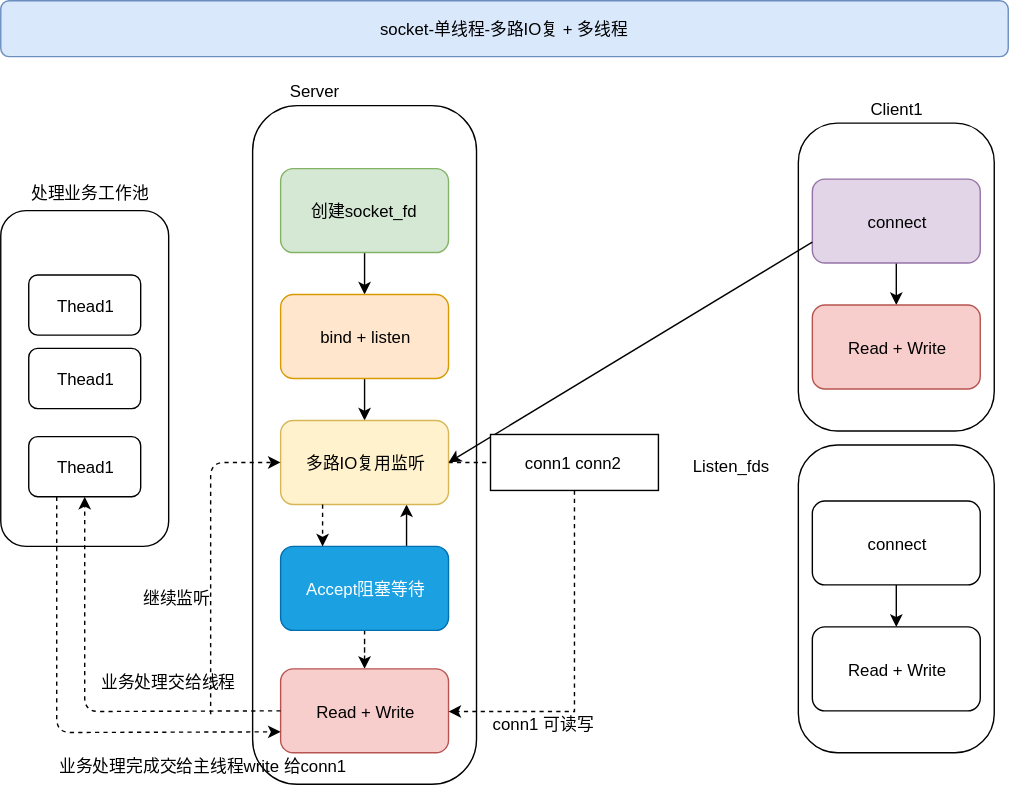
The draw.io diagram 12-面试/12-通用理论/images/socket-单线程IO多路 + 多线程IO多路复用.svg in cd-home/Root, before a commit. Source tidied: cells renumbered, new cells last; positions are measured from the earlier drawing's top-left corner, leaving out a move shared by most shapes. The source it was exported from:
```xml
<mxGraphModel>
  <root>
    <mxCell id="0" />
    <mxCell id="1" parent="0" />
    <mxCell id="2" value="socket-单线程-多路IO复 + 多线程" style="rounded=1;whiteSpace=wrap;html=1;fillColor=#dae8fc;strokeColor=#6c8ebf;" parent="1" vertex="1">
      <mxGeometry width="720" height="40" as="geometry" />
    </mxCell>
    <mxCell id="3" style="rounded=1;whiteSpace=wrap;html=1;arcSize=20;" parent="1" vertex="1">
      <mxGeometry x="180" y="75" width="160" height="485" as="geometry" />
    </mxCell>
    <mxCell id="4" style="edgeStyle=orthogonalEdgeStyle;rounded=0;jettySize=auto;html=1;" parent="1" edge="1" source="5" target="7">
      <mxGeometry relative="1" as="geometry" />
    </mxCell>
    <mxCell id="5" value="创建socket_fd" style="rounded=1;whiteSpace=wrap;html=1;fillColor=#d5e8d4;strokeColor=#82b366;" parent="1" vertex="1">
      <mxGeometry x="200" y="120" width="120" height="60" as="geometry" />
    </mxCell>
    <mxCell id="6" style="edgeStyle=orthogonalEdgeStyle;rounded=0;jettySize=auto;html=1;" parent="1" edge="1" source="7" target="10">
      <mxGeometry relative="1" as="geometry" />
    </mxCell>
    <mxCell id="7" value="bind + listen" style="rounded=1;whiteSpace=wrap;html=1;fillColor=#ffe6cc;strokeColor=#d79b00;" parent="1" vertex="1">
      <mxGeometry x="200" y="210" width="120" height="60" as="geometry" />
    </mxCell>
    <mxCell id="8" style="edgeStyle=orthogonalEdgeStyle;rounded=0;jettySize=auto;html=1;startArrow=classic;startFill=1;endArrow=none;endFill=0;entryX=0.75;entryY=0;entryDx=0;entryDy=0;" parent="1" edge="1" source="10" target="12">
      <mxGeometry relative="1" as="geometry">
        <Array as="points">
          <mxPoint x="290" y="360" />
          <mxPoint x="290" y="360" />
        </Array>
      </mxGeometry>
    </mxCell>
    <mxCell id="9" style="edgeStyle=orthogonalEdgeStyle;rounded=0;jettySize=auto;html=1;dashed=1;" parent="1" edge="1" source="10">
      <mxGeometry relative="1" as="geometry">
        <mxPoint x="380" y="330" as="targetPoint" />
      </mxGeometry>
    </mxCell>
    <mxCell id="10" value="多路IO复用监听" style="rounded=1;whiteSpace=wrap;html=1;fillColor=#fff2cc;strokeColor=#d6b656;" parent="1" vertex="1">
      <mxGeometry x="200" y="300" width="120" height="60" as="geometry" />
    </mxCell>
    <mxCell id="11" style="edgeStyle=orthogonalEdgeStyle;rounded=0;jettySize=auto;html=1;dashed=1;" parent="1" edge="1" source="12" target="13">
      <mxGeometry relative="1" as="geometry" />
    </mxCell>
    <mxCell id="12" value="Accept阻塞等待" style="rounded=1;whiteSpace=wrap;html=1;fillColor=#1ba1e2;strokeColor=#006EAF;fontColor=#ffffff;" parent="1" vertex="1">
      <mxGeometry x="200" y="390" width="120" height="60" as="geometry" />
    </mxCell>
    <mxCell id="13" value="Read + Write" style="rounded=1;whiteSpace=wrap;html=1;fillColor=#f8cecc;strokeColor=#b85450;" parent="1" vertex="1">
      <mxGeometry x="200" y="477.5" width="120" height="60" as="geometry" />
    </mxCell>
    <mxCell id="14" style="rounded=1;whiteSpace=wrap;html=1;arcSize=20;" parent="1" vertex="1">
      <mxGeometry x="570" y="87.5" width="140" height="220" as="geometry" />
    </mxCell>
    <mxCell id="15" style="edgeStyle=orthogonalEdgeStyle;rounded=0;jettySize=auto;html=1;" parent="1" edge="1" source="16" target="17">
      <mxGeometry relative="1" as="geometry" />
    </mxCell>
    <mxCell id="16" value="connect" style="rounded=1;whiteSpace=wrap;html=1;fillColor=#e1d5e7;strokeColor=#9673a6;" parent="1" vertex="1">
      <mxGeometry x="580" y="127.5" width="120" height="60" as="geometry" />
    </mxCell>
    <mxCell id="17" value="Read + Write" style="rounded=1;whiteSpace=wrap;html=1;fillColor=#f8cecc;strokeColor=#b85450;" parent="1" vertex="1">
      <mxGeometry x="580" y="217.5" width="120" height="60" as="geometry" />
    </mxCell>
    <mxCell id="18" style="rounded=1;whiteSpace=wrap;html=1;arcSize=20;" parent="1" vertex="1">
      <mxGeometry x="570" y="317.5" width="140" height="220" as="geometry" />
    </mxCell>
    <mxCell id="19" style="edgeStyle=orthogonalEdgeStyle;rounded=0;jettySize=auto;html=1;" parent="1" edge="1" source="20" target="21">
      <mxGeometry relative="1" as="geometry" />
    </mxCell>
    <mxCell id="20" value="connect" style="rounded=1;whiteSpace=wrap;html=1;" parent="1" vertex="1">
      <mxGeometry x="580" y="357.5" width="120" height="60" as="geometry" />
    </mxCell>
    <mxCell id="21" value="Read + Write" style="rounded=1;whiteSpace=wrap;html=1;" parent="1" vertex="1">
      <mxGeometry x="580" y="447.5" width="120" height="60" as="geometry" />
    </mxCell>
    <mxCell id="22" value="Server" style="text;html=1;align=left;verticalAlign=top;spacingTop=-4;" parent="1" vertex="1">
      <mxGeometry x="205" y="55" width="50" height="20" as="geometry" />
    </mxCell>
    <mxCell id="23" value="Client1" style="text;html=1;align=left;verticalAlign=top;spacingTop=-4;" parent="1" vertex="1">
      <mxGeometry x="620" y="67.5" width="50" height="20" as="geometry" />
    </mxCell>
    <mxCell id="24" style="endArrow=classic;html=1;exitX=0;exitY=0.75;exitDx=0;exitDy=0;entryX=1;entryY=0.5;entryDx=0;entryDy=0;" parent="1" edge="1" source="16" target="10">
      <mxGeometry relative="1" as="geometry" />
    </mxCell>
    <mxCell id="25" style="edgeStyle=orthogonalEdgeStyle;rounded=0;jettySize=auto;html=1;dashed=1;startArrow=none;startFill=0;endArrow=classic;endFill=1;entryX=1;entryY=0.5;entryDx=0;entryDy=0;" parent="1" edge="1" source="26" target="13">
      <mxGeometry relative="1" as="geometry">
        <Array as="points">
          <mxPoint x="410" y="508" />
        </Array>
      </mxGeometry>
    </mxCell>
    <mxCell id="26" value="conn1 conn2&amp;nbsp;" style="rounded=0;whiteSpace=wrap;html=1;" parent="1" vertex="1">
      <mxGeometry x="350" y="310" width="120" height="40" as="geometry" />
    </mxCell>
    <mxCell id="27" value="Listen_fds" style="text;html=1;align=left;verticalAlign=top;spacingTop=-4;" parent="1" vertex="1">
      <mxGeometry x="493" y="323" width="70" height="20" as="geometry" />
    </mxCell>
    <mxCell id="28" style="endArrow=classic;html=1;dashed=1;exitX=0.25;exitY=1;exitDx=0;exitDy=0;entryX=0.25;entryY=0;entryDx=0;entryDy=0;" parent="1" edge="1" source="10" target="12">
      <mxGeometry relative="1" as="geometry" />
    </mxCell>
    <mxCell id="29" style="rounded=1;whiteSpace=wrap;html=1;" parent="1" vertex="1">
      <mxGeometry y="150" width="120" height="240" as="geometry" />
    </mxCell>
    <mxCell id="30" value="Thead1" style="rounded=1;whiteSpace=wrap;html=1;" parent="1" vertex="1">
      <mxGeometry x="20" y="196" width="80" height="43" as="geometry" />
    </mxCell>
    <mxCell id="31" value="&lt;span style=&quot;white-space: normal&quot;&gt;Thead1&lt;/span&gt;" style="rounded=1;whiteSpace=wrap;html=1;" parent="1" vertex="1">
      <mxGeometry x="20" y="248.5" width="80" height="43" as="geometry" />
    </mxCell>
    <mxCell id="32" value="&lt;span style=&quot;white-space: normal&quot;&gt;Thead1&lt;/span&gt;" style="rounded=1;whiteSpace=wrap;html=1;" parent="1" vertex="1">
      <mxGeometry x="20" y="311.5" width="80" height="43" as="geometry" />
    </mxCell>
    <mxCell id="33" value="处理业务工作池" style="text;html=1;align=left;verticalAlign=top;spacingTop=-4;" parent="1" vertex="1">
      <mxGeometry x="20" y="127.5" width="100" height="20" as="geometry" />
    </mxCell>
    <mxCell id="34" value="conn1 可读写" style="text;html=1;align=left;verticalAlign=top;spacingTop=-4;" parent="1" vertex="1">
      <mxGeometry x="350" y="507.5" width="90" height="20" as="geometry" />
    </mxCell>
    <mxCell id="35" style="endArrow=classic;html=1;dashed=1;exitX=0;exitY=0.5;exitDx=0;exitDy=0;entryX=0.5;entryY=1;entryDx=0;entryDy=0;" parent="1" edge="1" source="13" target="32">
      <mxGeometry relative="1" as="geometry">
        <Array as="points">
          <mxPoint x="60" y="508" />
        </Array>
      </mxGeometry>
    </mxCell>
    <mxCell id="36" value="业务处理交给线程" style="text;html=1;align=left;verticalAlign=top;spacingTop=-4;" parent="1" vertex="1">
      <mxGeometry x="70" y="477.5" width="110" height="20" as="geometry" />
    </mxCell>
    <mxCell id="37" style="endArrow=classic;html=1;dashed=1;entryX=0;entryY=0.5;entryDx=0;entryDy=0;" parent="1" edge="1" target="10">
      <mxGeometry relative="1" as="geometry">
        <mxPoint x="150" y="510" as="sourcePoint" />
        <Array as="points">
          <mxPoint x="150" y="330" />
        </Array>
      </mxGeometry>
    </mxCell>
    <mxCell id="38" value="继续监听" style="text;html=1;align=left;verticalAlign=top;spacingTop=-4;" parent="1" vertex="1">
      <mxGeometry x="100" y="417.5" width="60" height="20" as="geometry" />
    </mxCell>
    <mxCell id="39" style="endArrow=classic;html=1;dashed=1;exitX=0.25;exitY=1;exitDx=0;exitDy=0;entryX=0;entryY=0.75;entryDx=0;entryDy=0;" parent="1" edge="1" source="32" target="13">
      <mxGeometry relative="1" as="geometry">
        <Array as="points">
          <mxPoint x="40" y="523" />
        </Array>
      </mxGeometry>
    </mxCell>
    <mxCell id="40" value="业务处理完成交给主线程write 给conn1" style="text;html=1;align=left;verticalAlign=top;spacingTop=-4;" parent="1" vertex="1">
      <mxGeometry x="40" y="537.5" width="220" height="20" as="geometry" />
    </mxCell>
  </root>
</mxGraphModel>
```
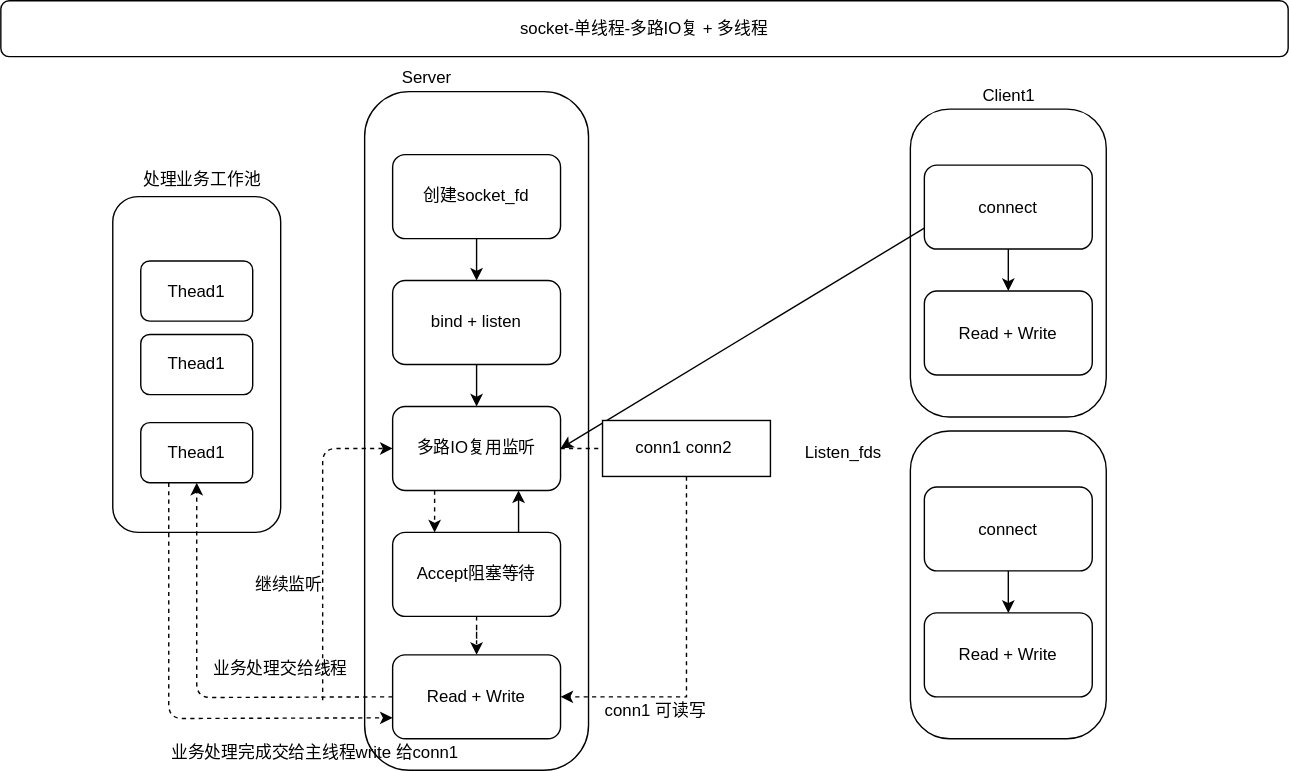
Later version of the same file.

Commit message:
😀🌴⭐🌎☀️🌈🌽: Socket Program

The edit, as a diff of the source:
```diff
@@ -2,8 +2,8 @@
   <root>
     <mxCell id="0" />
     <mxCell id="1" parent="0" />
-    <mxCell id="2" value="socket-单线程-多路IO复 + 多线程" style="rounded=1;whiteSpace=wrap;html=1;fillColor=#dae8fc;strokeColor=#6c8ebf;" parent="1" vertex="1">
-      <mxGeometry width="720" height="40" as="geometry" />
+    <mxCell id="2" value="socket-单线程-多路IO复 + 多线程" style="rounded=1;whiteSpace=wrap;html=1;" parent="1" vertex="1">
+      <mxGeometry x="-80" y="10" width="920" height="40" as="geometry" />
     </mxCell>
     <mxCell id="3" style="rounded=1;whiteSpace=wrap;html=1;arcSize=20;" parent="1" vertex="1">
       <mxGeometry x="180" y="75" width="160" height="485" as="geometry" />
@@ -11,13 +11,13 @@
     <mxCell id="4" style="edgeStyle=orthogonalEdgeStyle;rounded=0;jettySize=auto;html=1;" parent="1" edge="1" source="5" target="7">
       <mxGeometry relative="1" as="geometry" />
     </mxCell>
-    <mxCell id="5" value="创建socket_fd" style="rounded=1;whiteSpace=wrap;html=1;fillColor=#d5e8d4;strokeColor=#82b366;" parent="1" vertex="1">
+    <mxCell id="5" value="创建socket_fd" style="rounded=1;whiteSpace=wrap;html=1;" parent="1" vertex="1">
       <mxGeometry x="200" y="120" width="120" height="60" as="geometry" />
     </mxCell>
     <mxCell id="6" style="edgeStyle=orthogonalEdgeStyle;rounded=0;jettySize=auto;html=1;" parent="1" edge="1" source="7" target="10">
       <mxGeometry relative="1" as="geometry" />
     </mxCell>
-    <mxCell id="7" value="bind + listen" style="rounded=1;whiteSpace=wrap;html=1;fillColor=#ffe6cc;strokeColor=#d79b00;" parent="1" vertex="1">
+    <mxCell id="7" value="bind + listen" style="rounded=1;whiteSpace=wrap;html=1;" parent="1" vertex="1">
       <mxGeometry x="200" y="210" width="120" height="60" as="geometry" />
     </mxCell>
     <mxCell id="8" style="edgeStyle=orthogonalEdgeStyle;rounded=0;jettySize=auto;html=1;startArrow=classic;startFill=1;endArrow=none;endFill=0;entryX=0.75;entryY=0;entryDx=0;entryDy=0;" parent="1" edge="1" source="10" target="12">
@@ -33,16 +33,16 @@
         <mxPoint x="380" y="330" as="targetPoint" />
       </mxGeometry>
     </mxCell>
-    <mxCell id="10" value="多路IO复用监听" style="rounded=1;whiteSpace=wrap;html=1;fillColor=#fff2cc;strokeColor=#d6b656;" parent="1" vertex="1">
+    <mxCell id="10" value="多路IO复用监听" style="rounded=1;whiteSpace=wrap;html=1;" parent="1" vertex="1">
       <mxGeometry x="200" y="300" width="120" height="60" as="geometry" />
     </mxCell>
     <mxCell id="11" style="edgeStyle=orthogonalEdgeStyle;rounded=0;jettySize=auto;html=1;dashed=1;" parent="1" edge="1" source="12" target="13">
       <mxGeometry relative="1" as="geometry" />
     </mxCell>
-    <mxCell id="12" value="Accept阻塞等待" style="rounded=1;whiteSpace=wrap;html=1;fillColor=#1ba1e2;strokeColor=#006EAF;fontColor=#ffffff;" parent="1" vertex="1">
+    <mxCell id="12" value="Accept阻塞等待" style="rounded=1;whiteSpace=wrap;html=1;" parent="1" vertex="1">
       <mxGeometry x="200" y="390" width="120" height="60" as="geometry" />
     </mxCell>
-    <mxCell id="13" value="Read + Write" style="rounded=1;whiteSpace=wrap;html=1;fillColor=#f8cecc;strokeColor=#b85450;" parent="1" vertex="1">
+    <mxCell id="13" value="Read + Write" style="rounded=1;whiteSpace=wrap;html=1;" parent="1" vertex="1">
       <mxGeometry x="200" y="477.5" width="120" height="60" as="geometry" />
     </mxCell>
     <mxCell id="14" style="rounded=1;whiteSpace=wrap;html=1;arcSize=20;" parent="1" vertex="1">
@@ -51,10 +51,10 @@
     <mxCell id="15" style="edgeStyle=orthogonalEdgeStyle;rounded=0;jettySize=auto;html=1;" parent="1" edge="1" source="16" target="17">
       <mxGeometry relative="1" as="geometry" />
     </mxCell>
-    <mxCell id="16" value="connect" style="rounded=1;whiteSpace=wrap;html=1;fillColor=#e1d5e7;strokeColor=#9673a6;" parent="1" vertex="1">
+    <mxCell id="16" value="connect" style="rounded=1;whiteSpace=wrap;html=1;" parent="1" vertex="1">
       <mxGeometry x="580" y="127.5" width="120" height="60" as="geometry" />
     </mxCell>
-    <mxCell id="17" value="Read + Write" style="rounded=1;whiteSpace=wrap;html=1;fillColor=#f8cecc;strokeColor=#b85450;" parent="1" vertex="1">
+    <mxCell id="17" value="Read + Write" style="rounded=1;whiteSpace=wrap;html=1;" parent="1" vertex="1">
       <mxGeometry x="580" y="217.5" width="120" height="60" as="geometry" />
     </mxCell>
     <mxCell id="18" style="rounded=1;whiteSpace=wrap;html=1;arcSize=20;" parent="1" vertex="1">
```
